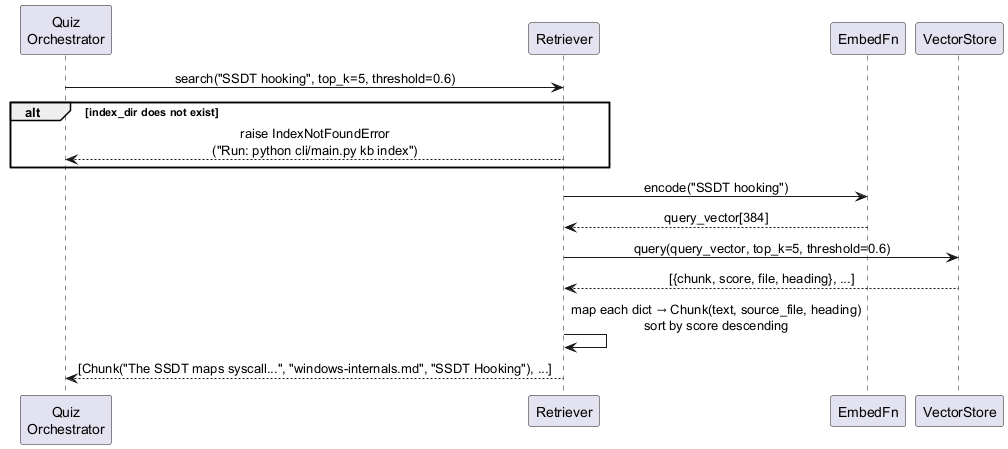
This is docs/specs/modules/engine-retriever-seq.png from mailtocsprasad/ai-kb-quiz, a PlantUML export, as it was before one commit. The source it was exported from:
```plantuml
@startuml engine-retriever-seq
skinparam sequenceMessageAlign center

participant "Quiz\nOrchestrator" as QO
participant "Retriever" as RET
participant "EmbedFn" as EMB
participant "VectorStore" as VS

QO -> RET : search("SSDT hooking", top_k=5, threshold=0.6)

alt index_dir does not exist
  RET --> QO : raise IndexNotFoundError\n("Run: python cli/main.py kb index")
end

RET -> EMB : encode("SSDT hooking")
EMB --> RET : query_vector[384]

RET -> VS : query(query_vector, top_k=5, threshold=0.6)
VS --> RET : [{chunk, score, file, heading}, ...]

RET -> RET : map each dict → Chunk(text, source_file, heading)\nsort by score descending

RET --> QO : [Chunk("The SSDT maps syscall...", "windows-internals.md", "SSDT Hooking"), ...]

@enduml
```
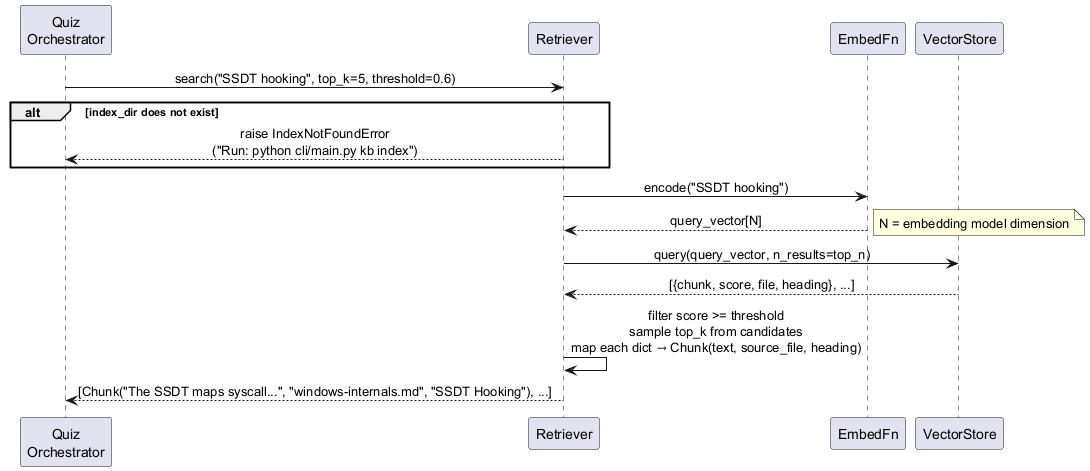
The same diagram one commit later.

The edit, as a diff of the source:
```diff
@@ -13,12 +13,13 @@
 end
 
 RET -> EMB : encode("SSDT hooking")
-EMB --> RET : query_vector[384]
+EMB --> RET : query_vector[N]
+note right : N = embedding model dimension
 
-RET -> VS : query(query_vector, top_k=5, threshold=0.6)
+RET -> VS : query(query_vector, n_results=top_n)
 VS --> RET : [{chunk, score, file, heading}, ...]
 
-RET -> RET : map each dict → Chunk(text, source_file, heading)\nsort by score descending
+RET -> RET : filter score >= threshold\nsample top_k from candidates\nmap each dict → Chunk(text, source_file, heading)
 
 RET --> QO : [Chunk("The SSDT maps syscall...", "windows-internals.md", "SSDT Hooking"), ...]
 
```
